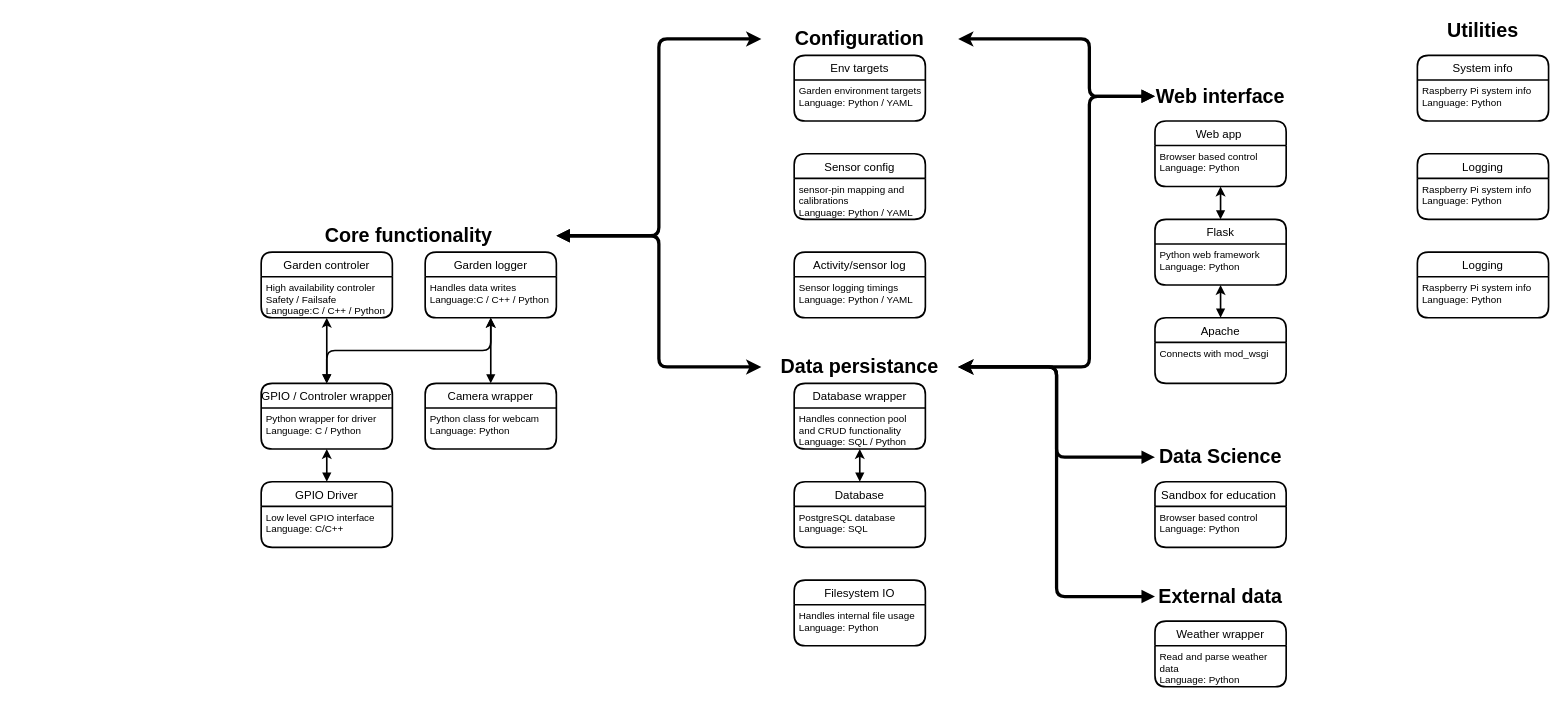
Kellrond/groo keeps this draw.io diagram as docs/drawio/overview.drawio. Above is the earlier version. Source tidied: cells renumbered, new cells numbered last; positions are measured from the earlier drawing's top-left corner, leaving out a move shared by most shapes. Both pictures are drawn from the tidied source at 82%, with x=0, y=0 at pixel (261, 14).
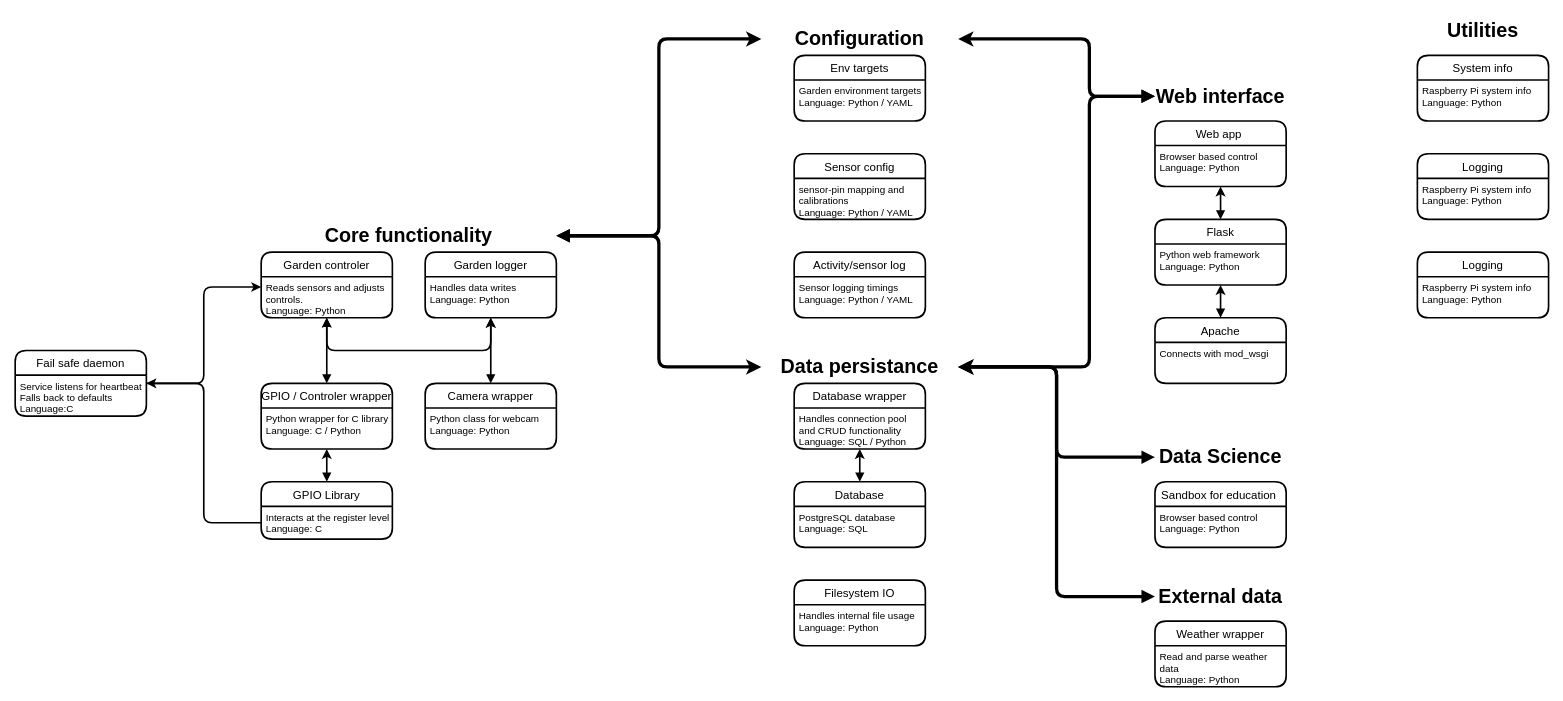
The same page after the edit.

The change refers to these unchanged cells:
```xml
<mxCell id="7" value="GPIO / Controler wrapper" style="swimlane;horizontal=1;startSize=30;rounded=1;fontSize=14;fontStyle=0;strokeWidth=2;shadow=0;dashed=0;align=center;" parent="1" vertex="1">
  <mxGeometry y="450" width="160" height="80" as="geometry" />
</mxCell>
<mxCell id="22" value="Garden controler" style="swimlane;horizontal=1;startSize=30;rounded=1;fontSize=14;fontStyle=0;strokeWidth=2;shadow=0;dashed=0;align=center;" parent="1" vertex="1">
  <mxGeometry y="290" width="160" height="80" as="geometry" />
</mxCell>
<mxCell id="24" value="Garden logger" style="swimlane;horizontal=1;startSize=30;rounded=1;fontSize=14;fontStyle=0;strokeWidth=2;shadow=0;dashed=0;align=center;" parent="1" vertex="1">
  <mxGeometry x="200" y="290" width="160" height="80" as="geometry" />
</mxCell>
```

What changed in the source:
```diff
@@
-    <mxCell id="3" value="GPIO Driver" style="swimlane;horizontal=1;startSize=30;rounded=1;fontSize=14;fontStyle=0;strokeWidth=2;shadow=0;dashed=0;align=center;" parent="1" vertex="1">
-      <mxGeometry y="570" width="160" height="80" as="geometry" />
+    <mxCell id="3" value="GPIO Library" style="swimlane;horizontal=1;startSize=30;rounded=1;fontSize=14;fontStyle=0;strokeWidth=2;shadow=0;dashed=0;align=center;" parent="1" vertex="1">
+      <mxGeometry y="570" width="160" height="70" as="geometry" />
     </mxCell>
-    <mxCell id="4" value="Low level GPIO interface &#10;Language: C/C++" style="align=left;strokeColor=none;fillColor=none;spacingLeft=4;fontSize=12;verticalAlign=top;" parent="3" vertex="1">
-      <mxGeometry y="30" width="160" height="50" as="geometry" />
+    <mxCell id="4" value="Interacts at the register level&#10;Language: C" style="align=left;strokeColor=none;fillColor=none;spacingLeft=4;fontSize=12;verticalAlign=top;" parent="3" vertex="1">
+      <mxGeometry y="30" width="160" height="40" as="geometry" />
     </mxCell>
@@
-    <mxCell id="6" style="edgeStyle=orthogonalEdgeStyle;html=1;entryX=0.5;entryY=1;entryDx=0;entryDy=0;startArrow=block;startFill=1;strokeWidth=2;exitX=0.5;exitY=0;exitDx=0;exitDy=0;" parent="1" edge="1" source="7" target="25">
+    <mxCell id="6" style="edgeStyle=orthogonalEdgeStyle;html=1;entryX=0.5;entryY=1;entryDx=0;entryDy=0;startArrow=block;startFill=1;strokeWidth=2;exitX=0.5;exitY=1;exitDx=0;exitDy=0;" parent="1" edge="1" source="22" target="25">
       <mxGeometry relative="1" as="geometry">
         <Array as="points">
           <mxPoint x="80" y="410" />
           <mxPoint x="280" y="410" />
         </Array>
       </mxGeometry>
     </mxCell>
@@
-    <mxCell id="8" value="Python wrapper for driver &#10;Language: C / Python" style="align=left;strokeColor=none;fillColor=none;spacingLeft=4;fontSize=12;verticalAlign=top;" parent="7" vertex="1">
+    <mxCell id="8" value="Python wrapper for C library &#10;Language: C / Python" style="align=left;strokeColor=none;fillColor=none;spacingLeft=4;fontSize=12;verticalAlign=top;" parent="7" vertex="1">
       <mxGeometry y="30" width="160" height="50" as="geometry" />
     </mxCell>
@@
-    <mxCell id="23" value="High availability controler&#10;Safety / Failsafe &#10;Language:C / C++ / Python" style="align=left;strokeColor=none;fillColor=none;spacingLeft=4;fontSize=12;verticalAlign=top;" parent="22" vertex="1">
+    <mxCell id="23" value="Reads sensors and adjusts&#10;controls. &#10;Language: Python" style="align=left;strokeColor=none;fillColor=none;spacingLeft=4;fontSize=12;verticalAlign=top;" parent="22" vertex="1">
       <mxGeometry y="30" width="160" height="50" as="geometry" />
     </mxCell>
@@
-    <mxCell id="25" value="Handles data writes &#10;Language:C / C++ / Python" style="align=left;strokeColor=none;fillColor=none;spacingLeft=4;fontSize=12;verticalAlign=top;" parent="24" vertex="1">
+    <mxCell id="25" value="Handles data writes &#10;Language: Python" style="align=left;strokeColor=none;fillColor=none;spacingLeft=4;fontSize=12;verticalAlign=top;" parent="24" vertex="1">
       <mxGeometry y="30" width="160" height="50" as="geometry" />
     </mxCell>
@@
+    <mxCell id="60" style="edgeStyle=orthogonalEdgeStyle;rounded=1;jettySize=auto;html=1;entryX=0;entryY=0.25;entryDx=0;entryDy=0;strokeWidth=2;sourcePerimeterSpacing=0;startArrow=none;startFill=0;" parent="1" edge="1" source="61" target="23">
+      <mxGeometry relative="1" as="geometry" />
+    </mxCell>
+    <mxCell id="61" value="Fail safe daemon" style="swimlane;horizontal=1;startSize=30;rounded=1;fontSize=14;fontStyle=0;strokeWidth=2;shadow=0;dashed=0;align=center;" parent="1" vertex="1">
+      <mxGeometry x="-300" y="410" width="160" height="80" as="geometry" />
+    </mxCell>
+    <mxCell id="62" value="Service listens for heartbeat &#10;Falls back to defaults&#10;Language:C" style="align=left;strokeColor=none;fillColor=none;spacingLeft=4;fontSize=12;verticalAlign=top;" parent="61" vertex="1">
+      <mxGeometry y="30" width="160" height="50" as="geometry" />
+    </mxCell>
+    <mxCell id="63" style="edgeStyle=orthogonalEdgeStyle;rounded=1;jettySize=auto;html=1;entryX=1;entryY=0.5;entryDx=0;entryDy=0;strokeWidth=2;startArrow=none;startFill=0;sourcePerimeterSpacing=0;" parent="1" edge="1" source="4" target="61">
+      <mxGeometry relative="1" as="geometry" />
+    </mxCell>
```
